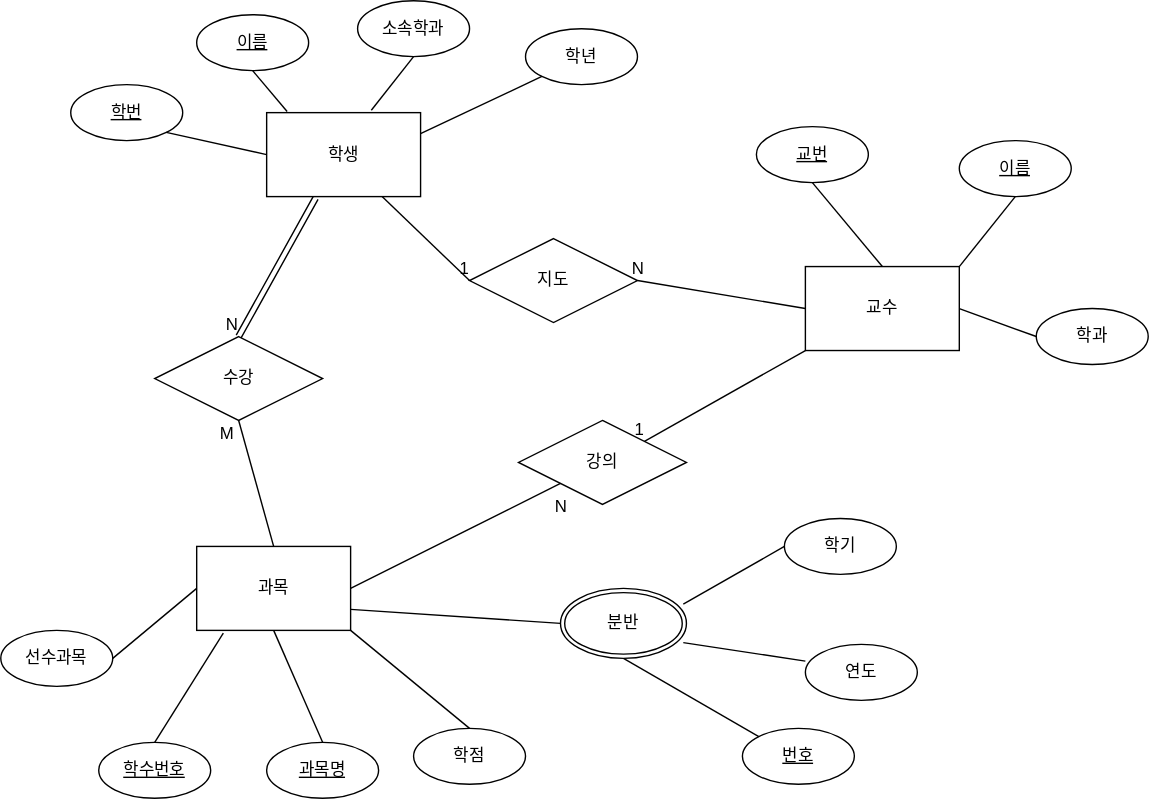
Above: ERD 과제.svg in peeerr/document (draw.io), before the change. Source tidied: cells renumbered, new cells last; positions are measured from the earlier drawing's top-left corner, leaving out a move shared by most shapes.
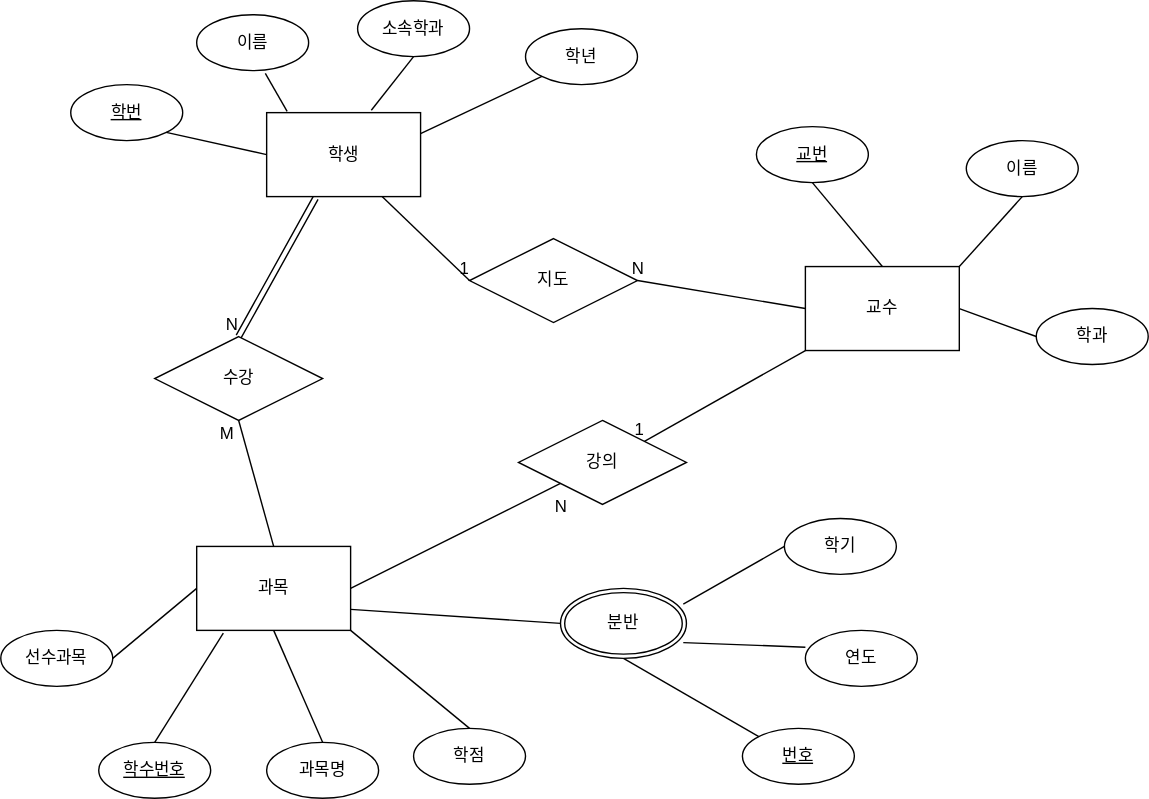
Above is the later version.

Commit message:
ERD 과제.svg 업데이트

Change to the diagram source:
```diff
@@ -20,9 +20,6 @@
     <mxCell id="7" value="학번" style="ellipse;whiteSpace=wrap;html=1;align=center;fontStyle=4;" parent="1" vertex="1">
       <mxGeometry x="50" y="60" width="80" height="40" as="geometry" />
     </mxCell>
-    <mxCell id="8" value="이름" style="ellipse;whiteSpace=wrap;html=1;align=center;fontStyle=4;" parent="1" vertex="1">
-      <mxGeometry x="140" y="10" width="80" height="40" as="geometry" />
-    </mxCell>
     <mxCell id="9" style="endArrow=none;html=1;rounded=0;exitX=1;exitY=1;exitDx=0;exitDy=0;entryX=0;entryY=0.5;entryDx=0;entryDy=0;" parent="1" edge="1" source="7" target="2">
       <mxGeometry relative="1" as="geometry" />
     </mxCell>
@@ -32,22 +29,19 @@
     <mxCell id="11" style="endArrow=none;html=1;rounded=0;exitX=0.5;exitY=1;exitDx=0;exitDy=0;entryX=0.68;entryY=-0.029;entryDx=0;entryDy=0;entryPerimeter=0;" parent="1" edge="1" source="6" target="2">
       <mxGeometry relative="1" as="geometry" />
     </mxCell>
-    <mxCell id="12" style="endArrow=none;html=1;rounded=0;exitX=0.5;exitY=1;exitDx=0;exitDy=0;entryX=0.133;entryY=-0.014;entryDx=0;entryDy=0;entryPerimeter=0;" parent="1" edge="1" source="8" target="2">
+    <mxCell id="12" style="endArrow=none;html=1;rounded=0;exitX=0.613;exitY=1.05;exitDx=0;exitDy=0;entryX=0.133;entryY=-0.014;entryDx=0;entryDy=0;entryPerimeter=0;exitPerimeter=0;" parent="1" edge="1" source="50" target="2">
       <mxGeometry relative="1" as="geometry" />
     </mxCell>
     <mxCell id="13" value="교번" style="ellipse;whiteSpace=wrap;html=1;align=center;fontStyle=4;" parent="1" vertex="1">
       <mxGeometry x="540" y="90" width="80" height="40" as="geometry" />
     </mxCell>
-    <mxCell id="14" value="이름" style="ellipse;whiteSpace=wrap;html=1;align=center;fontStyle=4;" parent="1" vertex="1">
-      <mxGeometry x="685" y="100" width="80" height="40" as="geometry" />
-    </mxCell>
     <mxCell id="15" value="학과" style="ellipse;whiteSpace=wrap;html=1;align=center;" parent="1" vertex="1">
       <mxGeometry x="740" y="220" width="80" height="40" as="geometry" />
     </mxCell>
     <mxCell id="16" style="endArrow=none;html=1;rounded=0;entryX=0.5;entryY=0;entryDx=0;entryDy=0;exitX=0.5;exitY=1;exitDx=0;exitDy=0;" parent="1" edge="1" source="13" target="3">
       <mxGeometry relative="1" as="geometry" />
     </mxCell>
-    <mxCell id="17" style="endArrow=none;html=1;rounded=0;entryX=1;entryY=0;entryDx=0;entryDy=0;exitX=0.5;exitY=1;exitDx=0;exitDy=0;" parent="1" edge="1" source="14" target="3">
+    <mxCell id="17" style="endArrow=none;html=1;rounded=0;entryX=1;entryY=0;entryDx=0;entryDy=0;exitX=0.5;exitY=1;exitDx=0;exitDy=0;" parent="1" edge="1" source="51" target="3">
       <mxGeometry relative="1" as="geometry" />
     </mxCell>
     <mxCell id="18" style="endArrow=none;html=1;rounded=0;entryX=1;entryY=0.5;entryDx=0;entryDy=0;exitX=0;exitY=0.5;exitDx=0;exitDy=0;" parent="1" edge="1" source="15" target="3">
@@ -59,9 +53,6 @@
     <mxCell id="20" value="학점" style="ellipse;whiteSpace=wrap;html=1;align=center;" parent="1" vertex="1">
       <mxGeometry x="295" y="520" width="80" height="40" as="geometry" />
     </mxCell>
-    <mxCell id="21" value="과목명" style="ellipse;whiteSpace=wrap;html=1;align=center;fontStyle=4;" parent="1" vertex="1">
-      <mxGeometry x="190" y="530" width="80" height="40" as="geometry" />
-    </mxCell>
     <mxCell id="22" style="endArrow=none;html=1;rounded=0;entryX=1;entryY=1;entryDx=0;entryDy=0;exitX=0.5;exitY=0;exitDx=0;exitDy=0;" parent="1" edge="1" source="20" target="4">
       <mxGeometry relative="1" as="geometry" />
     </mxCell>
@@ -75,7 +66,7 @@
       <mxGeometry x="560" y="370" width="80" height="40" as="geometry" />
     </mxCell>
     <mxCell id="26" value="연도" style="ellipse;whiteSpace=wrap;html=1;align=center;" parent="1" vertex="1">
-      <mxGeometry x="575" y="460" width="80" height="40" as="geometry" />
+      <mxGeometry x="575" y="450" width="80" height="40" as="geometry" />
     </mxCell>
     <mxCell id="27" value="번호" style="ellipse;whiteSpace=wrap;html=1;align=center;fontStyle=4;" parent="1" vertex="1">
       <mxGeometry x="530" y="520" width="80" height="40" as="geometry" />
@@ -152,5 +143,14 @@
     <mxCell id="49" value="N" style="html=1;align=right;verticalAlign=bottom;" parent="48" vertex="1">
       <mxGeometry x="1" relative="1" as="geometry" />
     </mxCell>
+    <mxCell id="21" value="과목명" style="ellipse;whiteSpace=wrap;html=1;align=center;" parent="1" vertex="1">
+      <mxGeometry x="190" y="530" width="80" height="40" as="geometry" />
+    </mxCell>
+    <mxCell id="50" value="이름" style="ellipse;whiteSpace=wrap;html=1;align=center;" parent="1" vertex="1">
+      <mxGeometry x="140" y="10" width="80" height="40" as="geometry" />
+    </mxCell>
+    <mxCell id="51" value="이름" style="ellipse;whiteSpace=wrap;html=1;align=center;" parent="1" vertex="1">
+      <mxGeometry x="690" y="100" width="80" height="40" as="geometry" />
+    </mxCell>
   </root>
 </mxGraphModel>
```
